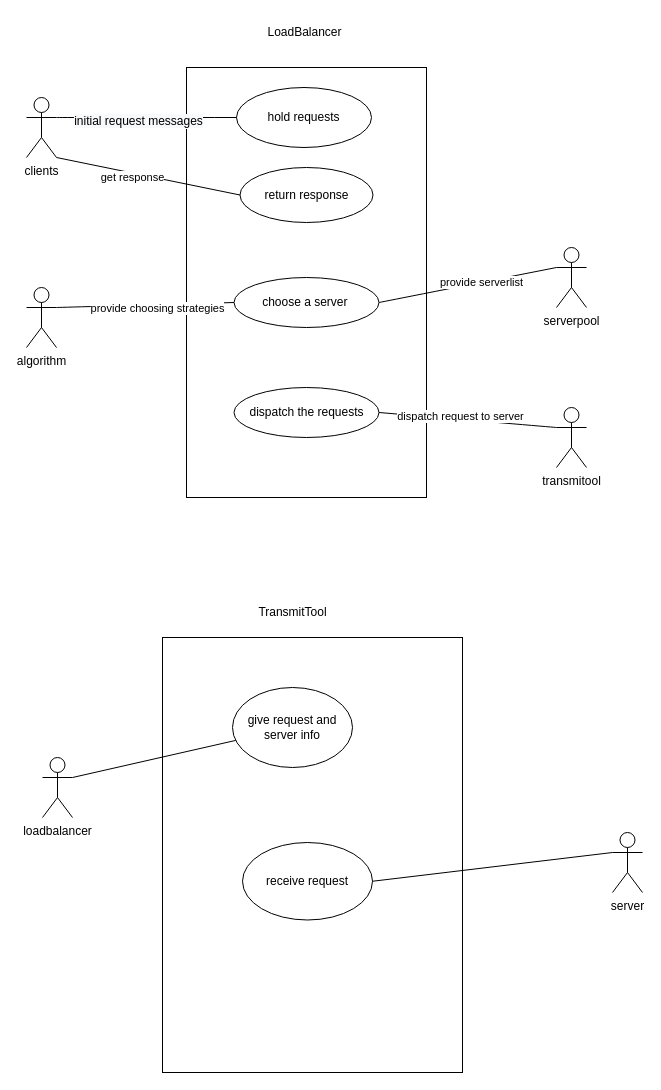
This is page "dispatch-uc" (2 of 7) of pic/logic diagram.drawio from ross39/CS6422-LoadBalancer, a draw.io file, before an edit. Source tidied: cells renumbered, new cells numbered last; positions are measured from the earlier drawing's top-left corner, leaving out a move shared by most shapes. Both pictures are drawn from the tidied source at 100%, with x=0, y=0 at pixel (26, 17).
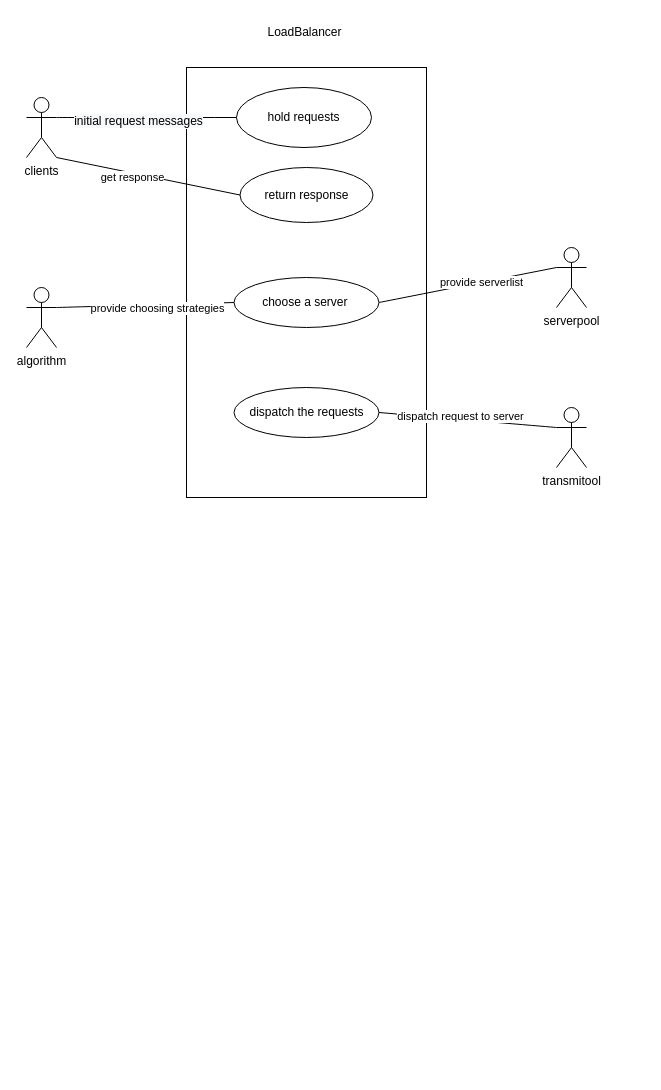
After the change.

Diff of the diagram source:
```diff
@@
-    <mxCell id="2" style="group;" parent="1" vertex="1">
-      <mxGeometry x="16" y="580" width="600" height="475" as="geometry" />
-    </mxCell>
-    <mxCell id="3" style="rounded=0;whiteSpace=wrap;html=1;" parent="2" vertex="1">
-      <mxGeometry x="120" y="40" width="300" height="435" as="geometry" />
-    </mxCell>
-    <mxCell id="4" value="TransmitTool" style="text;html=1;align=center;verticalAlign=middle;strokeColor=none;fillColor=none;" parent="2" vertex="1">
-      <mxGeometry x="205" width="90" height="30" as="geometry" />
-    </mxCell>
-    <mxCell id="5" value="loadbalancer" style="shape=umlActor;verticalLabelPosition=bottom;verticalAlign=top;html=1;outlineConnect=0;" parent="2" vertex="1">
-      <mxGeometry y="160" width="30" height="60" as="geometry" />
-    </mxCell>
-    <mxCell id="6" value="give request and server info" style="ellipse;whiteSpace=wrap;html=1;" parent="2" vertex="1">
-      <mxGeometry x="190" y="90" width="120" height="80" as="geometry" />
-    </mxCell>
-    <mxCell id="7" style="edgeStyle=none;rounded=0;jettySize=auto;html=1;exitX=1;exitY=0.3333333333333333;exitDx=0;exitDy=0;exitPerimeter=0;endArrow=0;" parent="2" edge="1" source="5" target="6">
-      <mxGeometry relative="1" as="geometry" />
-    </mxCell>
-    <mxCell id="8" value="server" style="shape=umlActor;verticalLabelPosition=bottom;verticalAlign=top;html=1;outlineConnect=0;" parent="2" vertex="1">
-      <mxGeometry x="570" y="235" width="30" height="60" as="geometry" />
-    </mxCell>
-    <mxCell id="9" style="edgeStyle=none;rounded=0;jettySize=auto;html=1;exitX=1;exitY=0.5;exitDx=0;exitDy=0;entryX=0;entryY=0.3333333333333333;entryDx=0;entryDy=0;entryPerimeter=0;endArrow=0;" parent="2" edge="1" source="10" target="8">
-      <mxGeometry relative="1" as="geometry" />
-    </mxCell>
-    <mxCell id="10" value="receive request" style="ellipse;whiteSpace=wrap;html=1;" parent="2" vertex="1">
-      <mxGeometry x="200" y="245" width="130" height="77.5" as="geometry" />
-    </mxCell>
```
